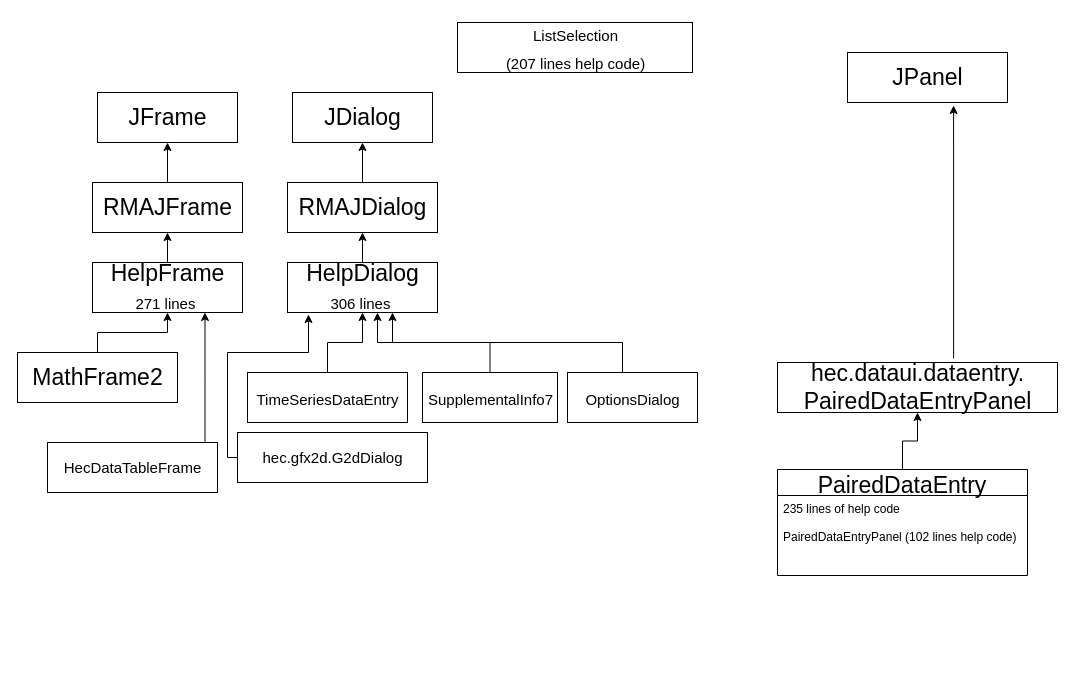
Above: page "Page-1" (1 of 2) of Untitled Diagram.drawio in ktarbet/learning (draw.io), before the change. Source tidied: cells renumbered, new cells numbered last; positions are measured from the earlier drawing's top-left corner, leaving out a move shared by most shapes. Both pictures are drawn from the tidied source at 100%, with x=0, y=0 at pixel (17, 22).
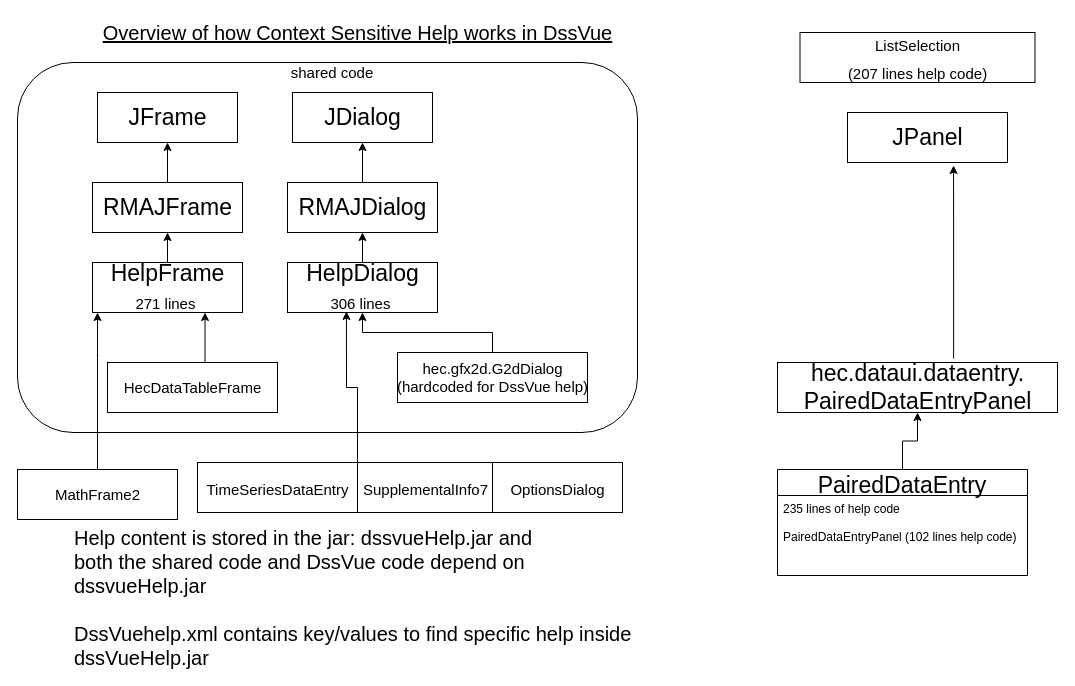
Above is the later version.

Unchanged cells that the change refers to:
```xml
<mxCell id="6" value="HelpFrame&lt;br&gt;&lt;font style=&quot;font-size: 15px&quot;&gt;271 lines&amp;nbsp;&lt;/font&gt;" style="html=1;fontSize=23;" parent="1" vertex="1">
  <mxGeometry x="75" y="240" width="150" height="50" as="geometry" />
</mxCell>
<mxCell id="13" value="HelpDialog&lt;br&gt;&lt;font style=&quot;font-size: 15px&quot;&gt;306 lines&amp;nbsp;&lt;/font&gt;" style="html=1;fontSize=23;" parent="1" vertex="1">
  <mxGeometry x="270" y="240" width="150" height="50" as="geometry" />
</mxCell>
```

Diff of the diagram source:
```diff
@@
+    <mxCell id="31" style="rounded=1;whiteSpace=wrap;html=1;fontSize=15;" parent="1" vertex="1">
+      <mxGeometry y="40" width="620" height="370" as="geometry" />
+    </mxCell>
@@
     <mxCell id="7" style="edgeStyle=orthogonalEdgeStyle;rounded=0;jettySize=auto;html=1;fontSize=23;" parent="1" edge="1" source="8" target="6">
-      <mxGeometry relative="1" as="geometry" />
+      <mxGeometry relative="1" as="geometry">
+        <Array as="points">
+          <mxPoint x="80" y="330" />
+          <mxPoint x="80" y="330" />
+        </Array>
+      </mxGeometry>
     </mxCell>
-    <mxCell id="8" value="MathFrame2" style="html=1;fontSize=23;" parent="1" vertex="1">
-      <mxGeometry y="330" width="160" height="50" as="geometry" />
+    <mxCell id="8" value="MathFrame2" style="html=1;fontSize=15;" parent="1" vertex="1">
+      <mxGeometry y="447" width="160" height="50" as="geometry" />
     </mxCell>
     <mxCell id="9" value="JPanel" style="html=1;fontSize=23;" parent="1" vertex="1">
-      <mxGeometry x="830" y="30" width="160" height="50" as="geometry" />
+      <mxGeometry x="830" y="90" width="160" height="50" as="geometry" />
     </mxCell>
@@
-    <mxCell id="18" style="edgeStyle=orthogonalEdgeStyle;rounded=0;jettySize=auto;html=1;entryX=0.5;entryY=1;entryDx=0;entryDy=0;fontSize=23;" parent="1" edge="1" source="19" target="13">
-      <mxGeometry relative="1" as="geometry" />
-    </mxCell>
     <mxCell id="19" value="&lt;font style=&quot;font-size: 15px&quot;&gt;TimeSeriesDataEntry&lt;/font&gt;" style="html=1;fontSize=23;" parent="1" vertex="1">
-      <mxGeometry x="230" y="350" width="160" height="50" as="geometry" />
+      <mxGeometry x="180" y="440" width="160" height="50" as="geometry" />
     </mxCell>
@@
-    <mxCell id="22" style="edgeStyle=orthogonalEdgeStyle;rounded=0;jettySize=auto;html=1;fontSize=23;" parent="1" edge="1" source="23" target="13">
+    <mxCell id="22" style="edgeStyle=orthogonalEdgeStyle;rounded=0;jettySize=auto;html=1;entryX=0.393;entryY=0.98;entryDx=0;entryDy=0;entryPerimeter=0;fontSize=20;" parent="1" edge="1" source="23" target="13">
       <mxGeometry relative="1" as="geometry">
         <Array as="points">
-          <mxPoint x="473" y="320" />
-          <mxPoint x="360" y="320" />
+          <mxPoint x="340" y="365" />
+          <mxPoint x="329" y="365" />
         </Array>
       </mxGeometry>
     </mxCell>
     <mxCell id="23" value="&lt;font style=&quot;font-size: 15px&quot;&gt;SupplementalInfo7&lt;/font&gt;" style="html=1;fontSize=23;" parent="1" vertex="1">
-      <mxGeometry x="405" y="350" width="135" height="50" as="geometry" />
+      <mxGeometry x="340" y="440" width="135" height="50" as="geometry" />
     </mxCell>
-    <mxCell id="24" style="edgeStyle=orthogonalEdgeStyle;rounded=0;jettySize=auto;html=1;fontSize=23;entryX=0.7;entryY=1;entryDx=0;entryDy=0;entryPerimeter=0;" parent="1" edge="1" source="25" target="13">
-      <mxGeometry relative="1" as="geometry">
-        <Array as="points">
-          <mxPoint x="605" y="320" />
-          <mxPoint x="375" y="320" />
-        </Array>
-      </mxGeometry>
-    </mxCell>
     <mxCell id="25" value="&lt;font style=&quot;font-size: 15px&quot;&gt;OptionsDialog&lt;/font&gt;" style="html=1;fontSize=23;" parent="1" vertex="1">
-      <mxGeometry x="550" y="350" width="130" height="50" as="geometry" />
+      <mxGeometry x="475" y="440" width="130" height="50" as="geometry" />
     </mxCell>
     <mxCell id="26" value="&lt;font style=&quot;font-size: 15px&quot;&gt;ListSelection&lt;br&gt;(207 lines help code)&lt;/font&gt;" style="html=1;fontSize=23;" parent="1" vertex="1">
-      <mxGeometry x="440" width="235" height="50" as="geometry" />
+      <mxGeometry x="782.5" y="10" width="235" height="50" as="geometry" />
     </mxCell>
-    <mxCell id="27" style="edgeStyle=orthogonalEdgeStyle;rounded=0;jettySize=auto;html=1;fontSize=15;entryX=0.14;entryY=1.04;entryDx=0;entryDy=0;entryPerimeter=0;" parent="1" edge="1" source="28" target="13">
-      <mxGeometry relative="1" as="geometry">
-        <Array as="points">
-          <mxPoint x="210" y="330" />
-          <mxPoint x="291" y="330" />
-        </Array>
-      </mxGeometry>
+    <mxCell id="27" style="edgeStyle=orthogonalEdgeStyle;rounded=0;jettySize=auto;html=1;fontSize=20;" parent="1" edge="1" source="28" target="13">
+      <mxGeometry relative="1" as="geometry" />
     </mxCell>
-    <mxCell id="28" value="&lt;span style=&quot;text-align: left&quot;&gt;hec.gfx2d.G2dDialog&lt;/span&gt;" style="html=1;fontSize=15;" parent="1" vertex="1">
-      <mxGeometry x="220" y="410" width="190" height="50" as="geometry" />
+    <mxCell id="28" value="&lt;span style=&quot;text-align: left&quot;&gt;hec.gfx2d.G2dDialog&lt;br&gt;(hardcoded for DssVue help)&lt;br&gt;&lt;/span&gt;" style="html=1;fontSize=15;" parent="1" vertex="1">
+      <mxGeometry x="380" y="330" width="190" height="50" as="geometry" />
     </mxCell>
@@
     <mxCell id="30" value="HecDataTableFrame" style="html=1;fontSize=15;" parent="1" vertex="1">
-      <mxGeometry x="30" y="420" width="170" height="50" as="geometry" />
+      <mxGeometry x="90" y="340" width="170" height="50" as="geometry" />
     </mxCell>
+    <mxCell id="32" value="shared code" style="text;html=1;strokeColor=none;fillColor=none;align=center;verticalAlign=middle;whiteSpace=wrap;rounded=0;fontSize=15;" parent="1" vertex="1">
+      <mxGeometry x="250" y="40" width="130" height="20" as="geometry" />
+    </mxCell>
+    <mxCell id="33" value="Overview of how Context Sensitive Help works in DssVue" style="text;html=1;align=center;verticalAlign=middle;fontSize=20;fontStyle=4;" parent="1" vertex="1">
+      <mxGeometry x="80" y="-5" width="520" height="30" as="geometry" />
+    </mxCell>
+    <mxCell id="34" value="Help content is stored in the jar: dssvueHelp.jar and&amp;nbsp;&lt;br&gt;both the shared code and DssVue code depend on dssvueHelp.jar&lt;br&gt;&lt;br&gt;DssVuehelp.xml contains key/values to find specific help inside dssVueHelp.jar" style="text;html=1;strokeColor=none;fillColor=none;align=left;verticalAlign=middle;whiteSpace=wrap;rounded=0;fontSize=20;" parent="1" vertex="1">
+      <mxGeometry x="55" y="510" width="580" height="130" as="geometry" />
+    </mxCell>
```
